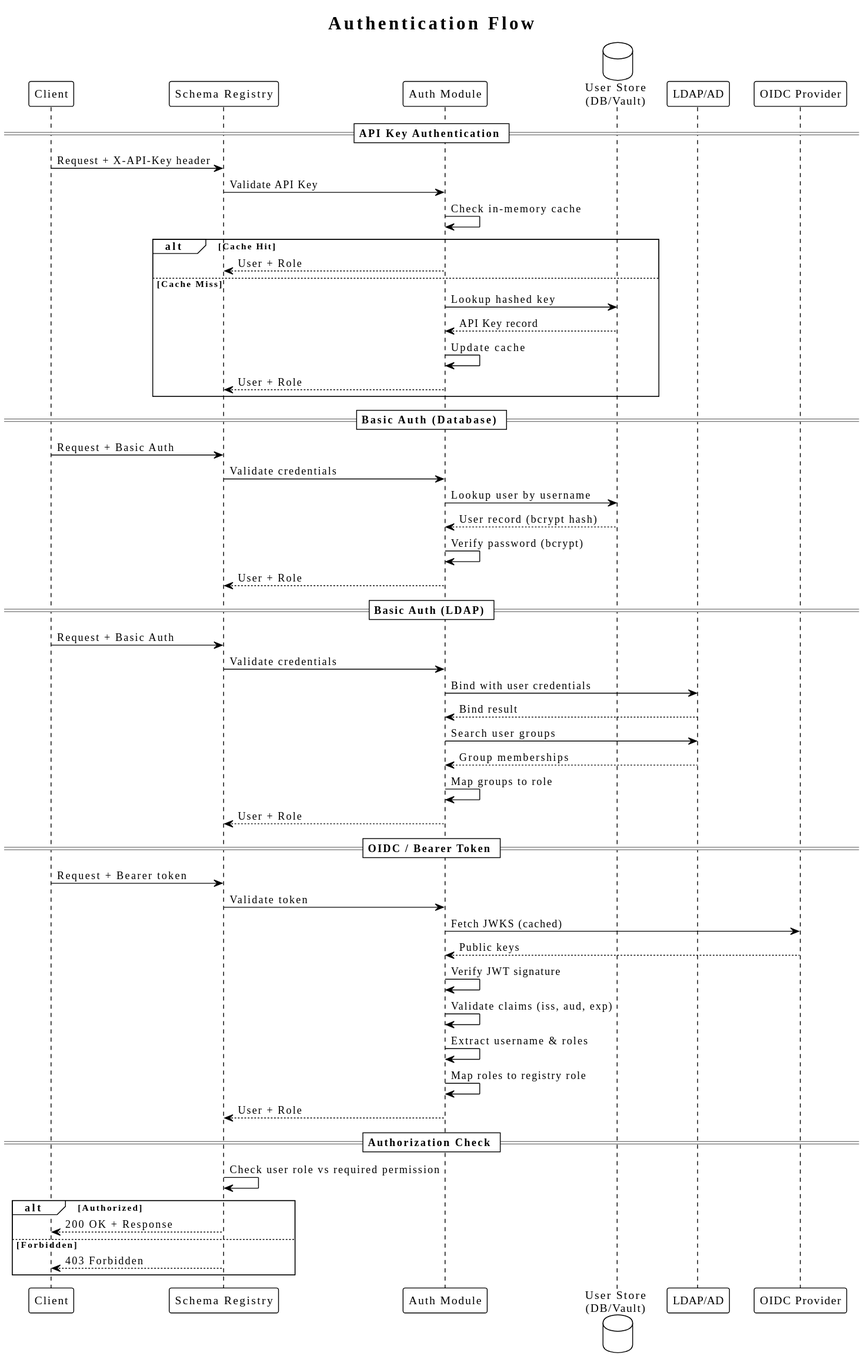
Earlier version of the PlantUML export assets/auth-flow.svg (axonops/axonops-schema-registry). The source it was exported from:
```plantuml
@startuml
!theme plain
skinparam backgroundColor white

title Authentication Flow

participant "Client" as client
participant "Schema Registry" as sr
participant "Auth Module" as auth
database "User Store\n(DB/Vault)" as db
participant "LDAP/AD" as ldap
participant "OIDC Provider" as oidc

== API Key Authentication ==
client -> sr : Request + X-API-Key header
sr -> auth : Validate API Key
auth -> auth : Check in-memory cache
alt Cache Hit
    auth --> sr : User + Role
else Cache Miss
    auth -> db : Lookup hashed key
    db --> auth : API Key record
    auth -> auth : Update cache
    auth --> sr : User + Role
end

== Basic Auth (Database) ==
client -> sr : Request + Basic Auth
sr -> auth : Validate credentials
auth -> db : Lookup user by username
db --> auth : User record (bcrypt hash)
auth -> auth : Verify password (bcrypt)
auth --> sr : User + Role

== Basic Auth (LDAP) ==
client -> sr : Request + Basic Auth
sr -> auth : Validate credentials
auth -> ldap : Bind with user credentials
ldap --> auth : Bind result
auth -> ldap : Search user groups
ldap --> auth : Group memberships
auth -> auth : Map groups to role
auth --> sr : User + Role

== OIDC / Bearer Token ==
client -> sr : Request + Bearer token
sr -> auth : Validate token
auth -> oidc : Fetch JWKS (cached)
oidc --> auth : Public keys
auth -> auth : Verify JWT signature
auth -> auth : Validate claims (iss, aud, exp)
auth -> auth : Extract username & roles
auth -> auth : Map roles to registry role
auth --> sr : User + Role

== Authorization Check ==
sr -> sr : Check user role vs required permission
alt Authorized
    sr --> client : 200 OK + Response
else Forbidden
    sr --> client : 403 Forbidden
end
@enduml
```
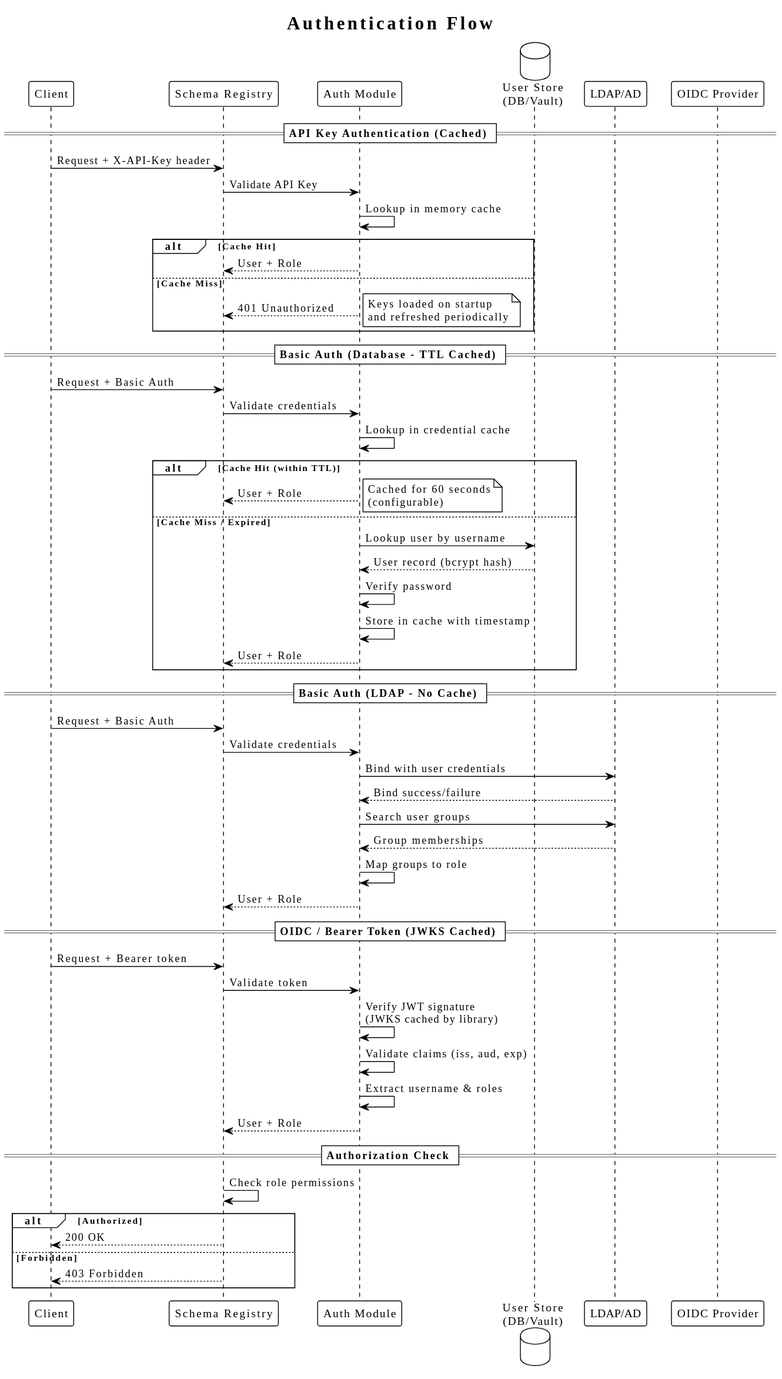
After the commit.

The edit, as a diff of the source:
```diff
@@ -11,52 +11,54 @@
 participant "LDAP/AD" as ldap
 participant "OIDC Provider" as oidc
 
-== API Key Authentication ==
+== API Key Authentication (Cached) ==
 client -> sr : Request + X-API-Key header
 sr -> auth : Validate API Key
-auth -> auth : Check in-memory cache
+auth -> auth : Lookup in memory cache
 alt Cache Hit
     auth --> sr : User + Role
 else Cache Miss
-    auth -> db : Lookup hashed key
-    db --> auth : API Key record
-    auth -> auth : Update cache
+    auth --> sr : 401 Unauthorized
+    note right: Keys loaded on startup\nand refreshed periodically
+end
+
+== Basic Auth (Database - TTL Cached) ==
+client -> sr : Request + Basic Auth
+sr -> auth : Validate credentials
+auth -> auth : Lookup in credential cache
+alt Cache Hit (within TTL)
+    auth --> sr : User + Role
+    note right: Cached for 60 seconds\n(configurable)
+else Cache Miss / Expired
+    auth -> db : Lookup user by username
+    db --> auth : User record (bcrypt hash)
+    auth -> auth : Verify password
+    auth -> auth : Store in cache with timestamp
     auth --> sr : User + Role
 end
 
-== Basic Auth (Database) ==
-client -> sr : Request + Basic Auth
-sr -> auth : Validate credentials
-auth -> db : Lookup user by username
-db --> auth : User record (bcrypt hash)
-auth -> auth : Verify password (bcrypt)
-auth --> sr : User + Role
-
-== Basic Auth (LDAP) ==
+== Basic Auth (LDAP - No Cache) ==
 client -> sr : Request + Basic Auth
 sr -> auth : Validate credentials
 auth -> ldap : Bind with user credentials
-ldap --> auth : Bind result
+ldap --> auth : Bind success/failure
 auth -> ldap : Search user groups
 ldap --> auth : Group memberships
 auth -> auth : Map groups to role
 auth --> sr : User + Role
 
-== OIDC / Bearer Token ==
+== OIDC / Bearer Token (JWKS Cached) ==
 client -> sr : Request + Bearer token
 sr -> auth : Validate token
-auth -> oidc : Fetch JWKS (cached)
-oidc --> auth : Public keys
-auth -> auth : Verify JWT signature
+auth -> auth : Verify JWT signature\n(JWKS cached by library)
 auth -> auth : Validate claims (iss, aud, exp)
 auth -> auth : Extract username & roles
-auth -> auth : Map roles to registry role
 auth --> sr : User + Role
 
 == Authorization Check ==
-sr -> sr : Check user role vs required permission
+sr -> sr : Check role permissions
 alt Authorized
-    sr --> client : 200 OK + Response
+    sr --> client : 200 OK
 else Forbidden
     sr --> client : 403 Forbidden
 end
```
